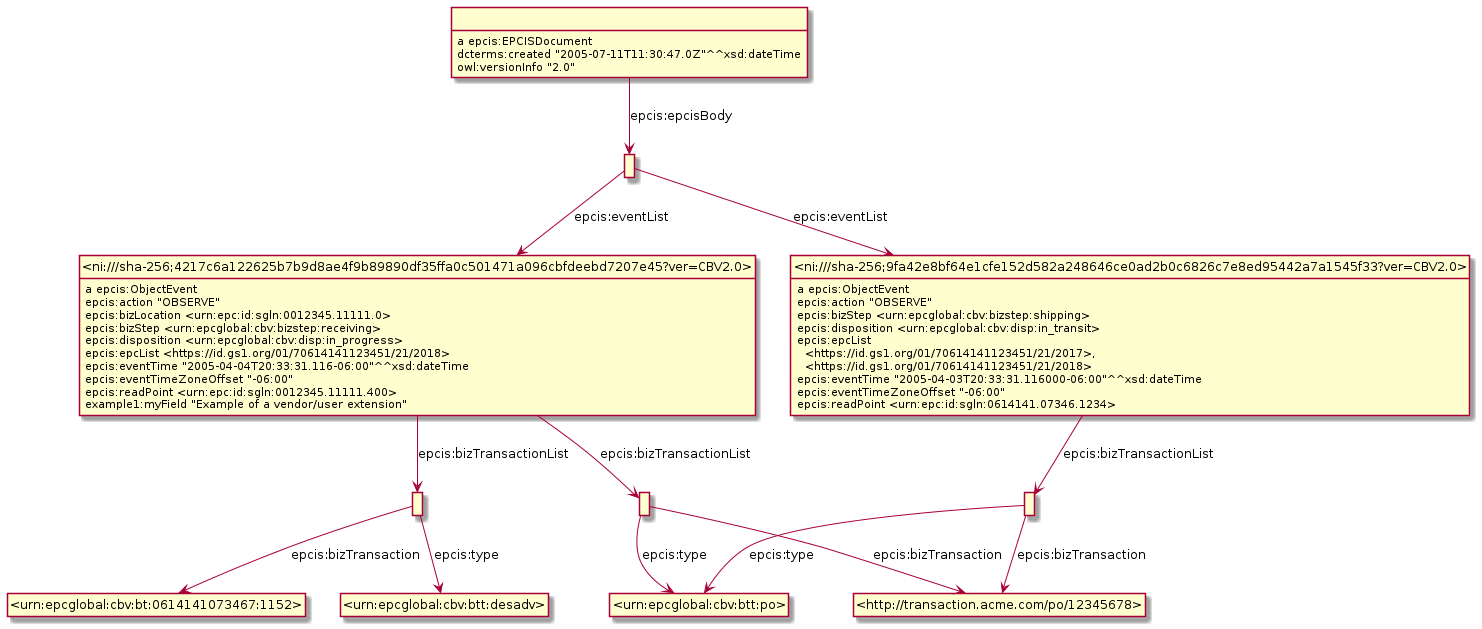
Before: Diagrams/WithDigitalLinkID/Example_9.6.1-ObjectEventWithDigitalLink.png, a diagram exported from PlantUML (gs1/EPCIS). The source it was exported from:
```plantuml
@startuml
hide empty methods
hide empty attributes
hide circle
skinparam classAttributeIconSize 0
class _ni_sha_256_4217c6a122625b7b9d8ae4f9b89890df35ffa0c501471a096cbfdeebd7207e45_ver_CBV2_0_ as "<ni:///sha-256;4217c6a122625b7b9d8ae4f9b89890df35ffa0c501471a096cbfdeebd7207e45?ver=CBV2.0>"
_ni_sha_256_4217c6a122625b7b9d8ae4f9b89890df35ffa0c501471a096cbfdeebd7207e45_ver_CBV2_0_ : a epcis:ObjectEvent
class _r1623307967r3_ as " "
_ni_sha_256_4217c6a122625b7b9d8ae4f9b89890df35ffa0c501471a096cbfdeebd7207e45_ver_CBV2_0_ -down-> _r1623307967r3_ : epcis:bizTransactionList
class _r1623307967r2_ as " "
_ni_sha_256_4217c6a122625b7b9d8ae4f9b89890df35ffa0c501471a096cbfdeebd7207e45_ver_CBV2_0_ -down-> _r1623307967r2_ : epcis:bizTransactionList
_ni_sha_256_4217c6a122625b7b9d8ae4f9b89890df35ffa0c501471a096cbfdeebd7207e45_ver_CBV2_0_ : epcis:action "OBSERVE"
_ni_sha_256_4217c6a122625b7b9d8ae4f9b89890df35ffa0c501471a096cbfdeebd7207e45_ver_CBV2_0_ : epcis:bizLocation <urn:epc:id:sgln:0012345.11111.0>
_ni_sha_256_4217c6a122625b7b9d8ae4f9b89890df35ffa0c501471a096cbfdeebd7207e45_ver_CBV2_0_ : epcis:bizStep <urn:epcglobal:cbv:bizstep:receiving>
_ni_sha_256_4217c6a122625b7b9d8ae4f9b89890df35ffa0c501471a096cbfdeebd7207e45_ver_CBV2_0_ : epcis:disposition <urn:epcglobal:cbv:disp:in_progress>
_ni_sha_256_4217c6a122625b7b9d8ae4f9b89890df35ffa0c501471a096cbfdeebd7207e45_ver_CBV2_0_ : epcis:epcList <https://id.gs1.org/01/70614141123451/21/2018>
_ni_sha_256_4217c6a122625b7b9d8ae4f9b89890df35ffa0c501471a096cbfdeebd7207e45_ver_CBV2_0_ : epcis:eventTime "2005-04-04T20:33:31.116-06:00"^^xsd:dateTime
_ni_sha_256_4217c6a122625b7b9d8ae4f9b89890df35ffa0c501471a096cbfdeebd7207e45_ver_CBV2_0_ : epcis:eventTimeZoneOffset "-06:00"
_ni_sha_256_4217c6a122625b7b9d8ae4f9b89890df35ffa0c501471a096cbfdeebd7207e45_ver_CBV2_0_ : epcis:readPoint <urn:epc:id:sgln:0012345.11111.400>
_ni_sha_256_4217c6a122625b7b9d8ae4f9b89890df35ffa0c501471a096cbfdeebd7207e45_ver_CBV2_0_ : example1:myField "Example of a vendor/user extension"
class _urn_epcglobal_cbv_btt_po_ as "<urn:epcglobal:cbv:btt:po>"
_r1623307967r2_ -down-> _urn_epcglobal_cbv_btt_po_ : epcis:type
class _http_transaction_acme_com_po_12345678_ as "<http://transaction.acme.com/po/12345678>"
_r1623307967r2_ -down-> _http_transaction_acme_com_po_12345678_ : epcis:bizTransaction
class _urn_epcglobal_cbv_bt_0614141073467_1152_ as "<urn:epcglobal:cbv:bt:0614141073467:1152>"
_r1623307967r3_ -down-> _urn_epcglobal_cbv_bt_0614141073467_1152_ : epcis:bizTransaction
class _urn_epcglobal_cbv_btt_desadv_ as "<urn:epcglobal:cbv:btt:desadv>"
_r1623307967r3_ -down-> _urn_epcglobal_cbv_btt_desadv_ : epcis:type
class _r1623307967r1_ as " "
class _ni_sha_256_9fa42e8bf64e1cfe152d582a248646ce0ad2b0c6826c7e8ed95442a7a1545f33_ver_CBV2_0_ as "<ni:///sha-256;9fa42e8bf64e1cfe152d582a248646ce0ad2b0c6826c7e8ed95442a7a1545f33?ver=CBV2.0>"
_r1623307967r1_ -down-> _ni_sha_256_9fa42e8bf64e1cfe152d582a248646ce0ad2b0c6826c7e8ed95442a7a1545f33_ver_CBV2_0_ : epcis:eventList
_r1623307967r1_ -down-> _ni_sha_256_4217c6a122625b7b9d8ae4f9b89890df35ffa0c501471a096cbfdeebd7207e45_ver_CBV2_0_ : epcis:eventList
_ni_sha_256_9fa42e8bf64e1cfe152d582a248646ce0ad2b0c6826c7e8ed95442a7a1545f33_ver_CBV2_0_ : a epcis:ObjectEvent
class _r1623307967r4_ as " "
_ni_sha_256_9fa42e8bf64e1cfe152d582a248646ce0ad2b0c6826c7e8ed95442a7a1545f33_ver_CBV2_0_ -down-> _r1623307967r4_ : epcis:bizTransactionList
_ni_sha_256_9fa42e8bf64e1cfe152d582a248646ce0ad2b0c6826c7e8ed95442a7a1545f33_ver_CBV2_0_ : epcis:action "OBSERVE"
_ni_sha_256_9fa42e8bf64e1cfe152d582a248646ce0ad2b0c6826c7e8ed95442a7a1545f33_ver_CBV2_0_ : epcis:bizStep <urn:epcglobal:cbv:bizstep:shipping>
_ni_sha_256_9fa42e8bf64e1cfe152d582a248646ce0ad2b0c6826c7e8ed95442a7a1545f33_ver_CBV2_0_ : epcis:disposition <urn:epcglobal:cbv:disp:in_transit>
_ni_sha_256_9fa42e8bf64e1cfe152d582a248646ce0ad2b0c6826c7e8ed95442a7a1545f33_ver_CBV2_0_ : epcis:epcList\n  <https://id.gs1.org/01/70614141123451/21/2017>,\n  <https://id.gs1.org/01/70614141123451/21/2018>
_ni_sha_256_9fa42e8bf64e1cfe152d582a248646ce0ad2b0c6826c7e8ed95442a7a1545f33_ver_CBV2_0_ : epcis:eventTime "2005-04-03T20:33:31.116000-06:00"^^xsd:dateTime
_ni_sha_256_9fa42e8bf64e1cfe152d582a248646ce0ad2b0c6826c7e8ed95442a7a1545f33_ver_CBV2_0_ : epcis:eventTimeZoneOffset "-06:00"
_ni_sha_256_9fa42e8bf64e1cfe152d582a248646ce0ad2b0c6826c7e8ed95442a7a1545f33_ver_CBV2_0_ : epcis:readPoint <urn:epc:id:sgln:0614141.07346.1234>
class _r1623307967r0_ as " "
_r1623307967r0_ : a epcis:EPCISDocument
_r1623307967r0_ -down-> _r1623307967r1_ : epcis:epcisBody
_r1623307967r0_ : dcterms:created "2005-07-11T11:30:47.0Z"^^xsd:dateTime
_r1623307967r0_ : owl:versionInfo "2.0"
_r1623307967r4_ -down-> _http_transaction_acme_com_po_12345678_ : epcis:bizTransaction
_r1623307967r4_ -down-> _urn_epcglobal_cbv_btt_po_ : epcis:type
@enduml
```
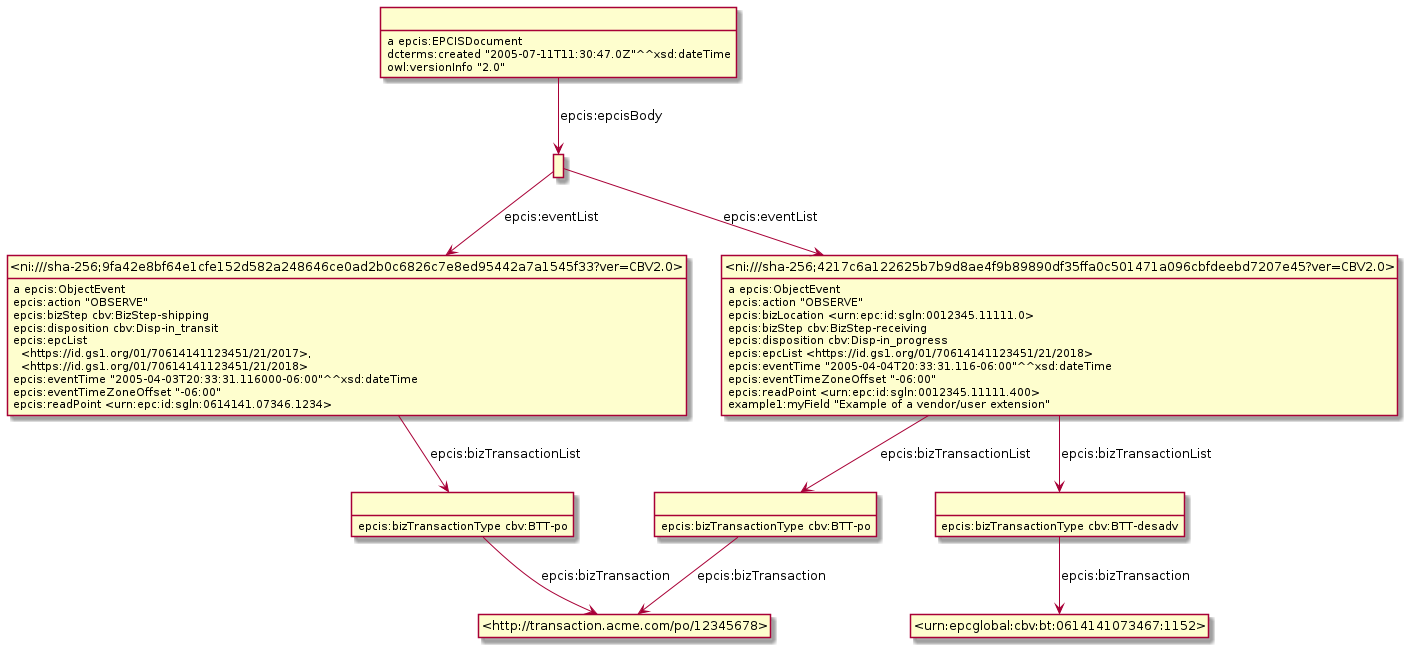
The same diagram one commit later.

Diff of the diagram source:
```diff
@@ -3,48 +3,46 @@
 hide empty attributes
 hide circle
 skinparam classAttributeIconSize 0
+class _r1623934097r3_ as " "
+class _ni_sha_256_9fa42e8bf64e1cfe152d582a248646ce0ad2b0c6826c7e8ed95442a7a1545f33_ver_CBV2_0_ as "<ni:///sha-256;9fa42e8bf64e1cfe152d582a248646ce0ad2b0c6826c7e8ed95442a7a1545f33?ver=CBV2.0>"
+_r1623934097r3_ -down-> _ni_sha_256_9fa42e8bf64e1cfe152d582a248646ce0ad2b0c6826c7e8ed95442a7a1545f33_ver_CBV2_0_ : epcis:eventList
 class _ni_sha_256_4217c6a122625b7b9d8ae4f9b89890df35ffa0c501471a096cbfdeebd7207e45_ver_CBV2_0_ as "<ni:///sha-256;4217c6a122625b7b9d8ae4f9b89890df35ffa0c501471a096cbfdeebd7207e45?ver=CBV2.0>"
+_r1623934097r3_ -down-> _ni_sha_256_4217c6a122625b7b9d8ae4f9b89890df35ffa0c501471a096cbfdeebd7207e45_ver_CBV2_0_ : epcis:eventList
+_ni_sha_256_9fa42e8bf64e1cfe152d582a248646ce0ad2b0c6826c7e8ed95442a7a1545f33_ver_CBV2_0_ : a epcis:ObjectEvent
+class _r1623934097r4_ as " "
+_ni_sha_256_9fa42e8bf64e1cfe152d582a248646ce0ad2b0c6826c7e8ed95442a7a1545f33_ver_CBV2_0_ -down-> _r1623934097r4_ : epcis:bizTransactionList
+_ni_sha_256_9fa42e8bf64e1cfe152d582a248646ce0ad2b0c6826c7e8ed95442a7a1545f33_ver_CBV2_0_ : epcis:action "OBSERVE"
+_ni_sha_256_9fa42e8bf64e1cfe152d582a248646ce0ad2b0c6826c7e8ed95442a7a1545f33_ver_CBV2_0_ : epcis:bizStep cbv:BizStep-shipping
+_ni_sha_256_9fa42e8bf64e1cfe152d582a248646ce0ad2b0c6826c7e8ed95442a7a1545f33_ver_CBV2_0_ : epcis:disposition cbv:Disp-in_transit
+_ni_sha_256_9fa42e8bf64e1cfe152d582a248646ce0ad2b0c6826c7e8ed95442a7a1545f33_ver_CBV2_0_ : epcis:epcList\n  <https://id.gs1.org/01/70614141123451/21/2017>,\n  <https://id.gs1.org/01/70614141123451/21/2018>
+_ni_sha_256_9fa42e8bf64e1cfe152d582a248646ce0ad2b0c6826c7e8ed95442a7a1545f33_ver_CBV2_0_ : epcis:eventTime "2005-04-03T20:33:31.116000-06:00"^^xsd:dateTime
+_ni_sha_256_9fa42e8bf64e1cfe152d582a248646ce0ad2b0c6826c7e8ed95442a7a1545f33_ver_CBV2_0_ : epcis:eventTimeZoneOffset "-06:00"
+_ni_sha_256_9fa42e8bf64e1cfe152d582a248646ce0ad2b0c6826c7e8ed95442a7a1545f33_ver_CBV2_0_ : epcis:readPoint <urn:epc:id:sgln:0614141.07346.1234>
+class _r1623934097r2_ as " "
+_r1623934097r2_ : a epcis:EPCISDocument
+_r1623934097r2_ -down-> _r1623934097r3_ : epcis:epcisBody
+_r1623934097r2_ : dcterms:created "2005-07-11T11:30:47.0Z"^^xsd:dateTime
+_r1623934097r2_ : owl:versionInfo "2.0"
+class _http_transaction_acme_com_po_12345678_ as "<http://transaction.acme.com/po/12345678>"
+_r1623934097r4_ -down-> _http_transaction_acme_com_po_12345678_ : epcis:bizTransaction
+_r1623934097r4_ : epcis:bizTransactionType cbv:BTT-po
+class _r1623934097r1_ as " "
+_r1623934097r1_ -down-> _http_transaction_acme_com_po_12345678_ : epcis:bizTransaction
+_r1623934097r1_ : epcis:bizTransactionType cbv:BTT-po
 _ni_sha_256_4217c6a122625b7b9d8ae4f9b89890df35ffa0c501471a096cbfdeebd7207e45_ver_CBV2_0_ : a epcis:ObjectEvent
-class _r1623307967r3_ as " "
-_ni_sha_256_4217c6a122625b7b9d8ae4f9b89890df35ffa0c501471a096cbfdeebd7207e45_ver_CBV2_0_ -down-> _r1623307967r3_ : epcis:bizTransactionList
-class _r1623307967r2_ as " "
-_ni_sha_256_4217c6a122625b7b9d8ae4f9b89890df35ffa0c501471a096cbfdeebd7207e45_ver_CBV2_0_ -down-> _r1623307967r2_ : epcis:bizTransactionList
+class _r1623934097r0_ as " "
+_ni_sha_256_4217c6a122625b7b9d8ae4f9b89890df35ffa0c501471a096cbfdeebd7207e45_ver_CBV2_0_ -down-> _r1623934097r0_ : epcis:bizTransactionList
+_ni_sha_256_4217c6a122625b7b9d8ae4f9b89890df35ffa0c501471a096cbfdeebd7207e45_ver_CBV2_0_ -down-> _r1623934097r1_ : epcis:bizTransactionList
 _ni_sha_256_4217c6a122625b7b9d8ae4f9b89890df35ffa0c501471a096cbfdeebd7207e45_ver_CBV2_0_ : epcis:action "OBSERVE"
 _ni_sha_256_4217c6a122625b7b9d8ae4f9b89890df35ffa0c501471a096cbfdeebd7207e45_ver_CBV2_0_ : epcis:bizLocation <urn:epc:id:sgln:0012345.11111.0>
-_ni_sha_256_4217c6a122625b7b9d8ae4f9b89890df35ffa0c501471a096cbfdeebd7207e45_ver_CBV2_0_ : epcis:bizStep <urn:epcglobal:cbv:bizstep:receiving>
-_ni_sha_256_4217c6a122625b7b9d8ae4f9b89890df35ffa0c501471a096cbfdeebd7207e45_ver_CBV2_0_ : epcis:disposition <urn:epcglobal:cbv:disp:in_progress>
+_ni_sha_256_4217c6a122625b7b9d8ae4f9b89890df35ffa0c501471a096cbfdeebd7207e45_ver_CBV2_0_ : epcis:bizStep cbv:BizStep-receiving
+_ni_sha_256_4217c6a122625b7b9d8ae4f9b89890df35ffa0c501471a096cbfdeebd7207e45_ver_CBV2_0_ : epcis:disposition cbv:Disp-in_progress
 _ni_sha_256_4217c6a122625b7b9d8ae4f9b89890df35ffa0c501471a096cbfdeebd7207e45_ver_CBV2_0_ : epcis:epcList <https://id.gs1.org/01/70614141123451/21/2018>
 _ni_sha_256_4217c6a122625b7b9d8ae4f9b89890df35ffa0c501471a096cbfdeebd7207e45_ver_CBV2_0_ : epcis:eventTime "2005-04-04T20:33:31.116-06:00"^^xsd:dateTime
 _ni_sha_256_4217c6a122625b7b9d8ae4f9b89890df35ffa0c501471a096cbfdeebd7207e45_ver_CBV2_0_ : epcis:eventTimeZoneOffset "-06:00"
 _ni_sha_256_4217c6a122625b7b9d8ae4f9b89890df35ffa0c501471a096cbfdeebd7207e45_ver_CBV2_0_ : epcis:readPoint <urn:epc:id:sgln:0012345.11111.400>
 _ni_sha_256_4217c6a122625b7b9d8ae4f9b89890df35ffa0c501471a096cbfdeebd7207e45_ver_CBV2_0_ : example1:myField "Example of a vendor/user extension"
-class _urn_epcglobal_cbv_btt_po_ as "<urn:epcglobal:cbv:btt:po>"
-_r1623307967r2_ -down-> _urn_epcglobal_cbv_btt_po_ : epcis:type
-class _http_transaction_acme_com_po_12345678_ as "<http://transaction.acme.com/po/12345678>"
-_r1623307967r2_ -down-> _http_transaction_acme_com_po_12345678_ : epcis:bizTransaction
 class _urn_epcglobal_cbv_bt_0614141073467_1152_ as "<urn:epcglobal:cbv:bt:0614141073467:1152>"
-_r1623307967r3_ -down-> _urn_epcglobal_cbv_bt_0614141073467_1152_ : epcis:bizTransaction
-class _urn_epcglobal_cbv_btt_desadv_ as "<urn:epcglobal:cbv:btt:desadv>"
-_r1623307967r3_ -down-> _urn_epcglobal_cbv_btt_desadv_ : epcis:type
-class _r1623307967r1_ as " "
-class _ni_sha_256_9fa42e8bf64e1cfe152d582a248646ce0ad2b0c6826c7e8ed95442a7a1545f33_ver_CBV2_0_ as "<ni:///sha-256;9fa42e8bf64e1cfe152d582a248646ce0ad2b0c6826c7e8ed95442a7a1545f33?ver=CBV2.0>"
-_r1623307967r1_ -down-> _ni_sha_256_9fa42e8bf64e1cfe152d582a248646ce0ad2b0c6826c7e8ed95442a7a1545f33_ver_CBV2_0_ : epcis:eventList
-_r1623307967r1_ -down-> _ni_sha_256_4217c6a122625b7b9d8ae4f9b89890df35ffa0c501471a096cbfdeebd7207e45_ver_CBV2_0_ : epcis:eventList
-_ni_sha_256_9fa42e8bf64e1cfe152d582a248646ce0ad2b0c6826c7e8ed95442a7a1545f33_ver_CBV2_0_ : a epcis:ObjectEvent
-class _r1623307967r4_ as " "
-_ni_sha_256_9fa42e8bf64e1cfe152d582a248646ce0ad2b0c6826c7e8ed95442a7a1545f33_ver_CBV2_0_ -down-> _r1623307967r4_ : epcis:bizTransactionList
-_ni_sha_256_9fa42e8bf64e1cfe152d582a248646ce0ad2b0c6826c7e8ed95442a7a1545f33_ver_CBV2_0_ : epcis:action "OBSERVE"
-_ni_sha_256_9fa42e8bf64e1cfe152d582a248646ce0ad2b0c6826c7e8ed95442a7a1545f33_ver_CBV2_0_ : epcis:bizStep <urn:epcglobal:cbv:bizstep:shipping>
-_ni_sha_256_9fa42e8bf64e1cfe152d582a248646ce0ad2b0c6826c7e8ed95442a7a1545f33_ver_CBV2_0_ : epcis:disposition <urn:epcglobal:cbv:disp:in_transit>
-_ni_sha_256_9fa42e8bf64e1cfe152d582a248646ce0ad2b0c6826c7e8ed95442a7a1545f33_ver_CBV2_0_ : epcis:epcList\n  <https://id.gs1.org/01/70614141123451/21/2017>,\n  <https://id.gs1.org/01/70614141123451/21/2018>
-_ni_sha_256_9fa42e8bf64e1cfe152d582a248646ce0ad2b0c6826c7e8ed95442a7a1545f33_ver_CBV2_0_ : epcis:eventTime "2005-04-03T20:33:31.116000-06:00"^^xsd:dateTime
-_ni_sha_256_9fa42e8bf64e1cfe152d582a248646ce0ad2b0c6826c7e8ed95442a7a1545f33_ver_CBV2_0_ : epcis:eventTimeZoneOffset "-06:00"
-_ni_sha_256_9fa42e8bf64e1cfe152d582a248646ce0ad2b0c6826c7e8ed95442a7a1545f33_ver_CBV2_0_ : epcis:readPoint <urn:epc:id:sgln:0614141.07346.1234>
-class _r1623307967r0_ as " "
-_r1623307967r0_ : a epcis:EPCISDocument
-_r1623307967r0_ -down-> _r1623307967r1_ : epcis:epcisBody
-_r1623307967r0_ : dcterms:created "2005-07-11T11:30:47.0Z"^^xsd:dateTime
-_r1623307967r0_ : owl:versionInfo "2.0"
-_r1623307967r4_ -down-> _http_transaction_acme_com_po_12345678_ : epcis:bizTransaction
-_r1623307967r4_ -down-> _urn_epcglobal_cbv_btt_po_ : epcis:type
+_r1623934097r0_ -down-> _urn_epcglobal_cbv_bt_0614141073467_1152_ : epcis:bizTransaction
+_r1623934097r0_ : epcis:bizTransactionType cbv:BTT-desadv
 @enduml
```
